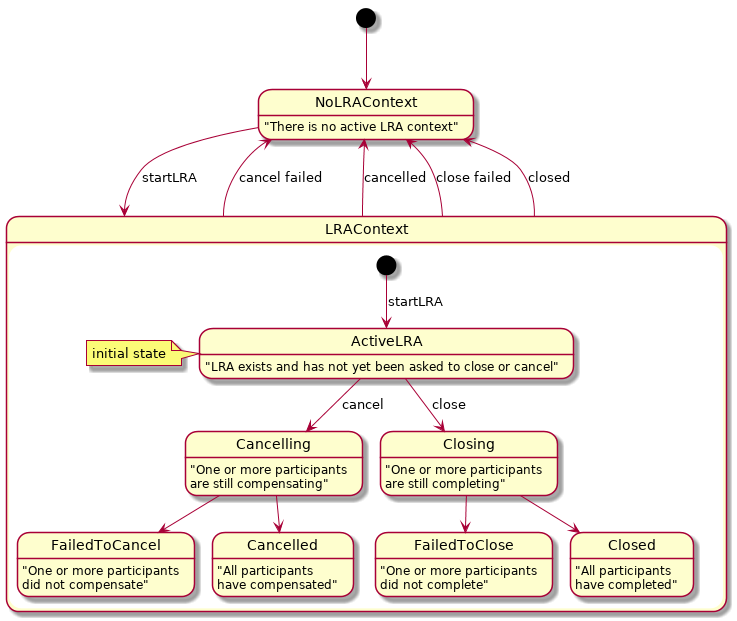
eclipse/microprofile-lra keeps this PlantUML diagram as spec/src/main/asciidoc/images/lra-state-model.png. Above is the earlier version.
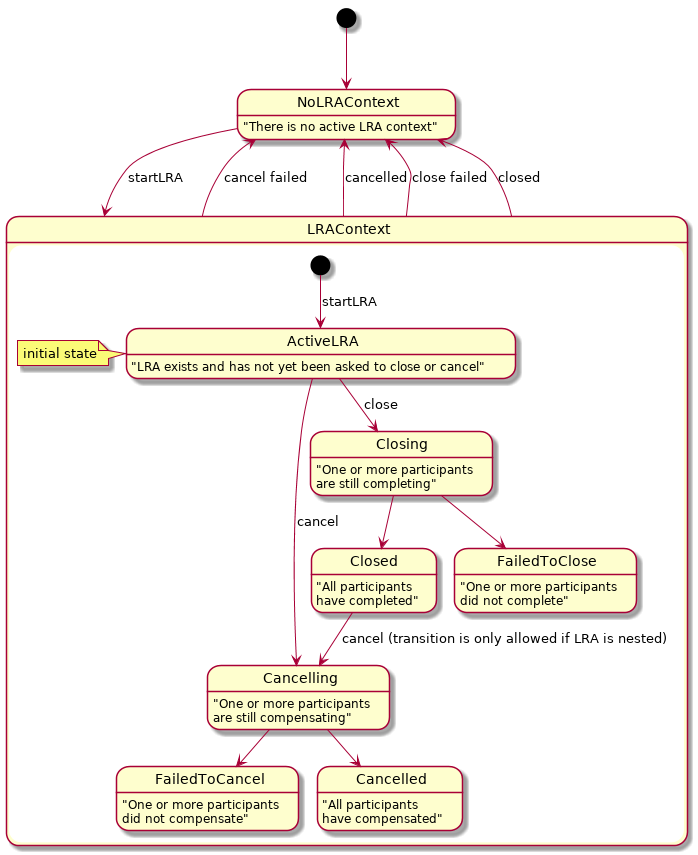
Above is the later version.

Commit message:
issue206 Missing state transition in the LRA state model diagram and Forget clarification

What changed in the source:
```diff
@@ -19,14 +19,14 @@
   ActiveLRA --> Cancelling : cancel
   state "FailedToCancel" as FailedToCancel
   FailedToCancel : "One or more participants\ndid not compensate"
-  state "FailedToClose" as FailedToClose
-  FailedToClose : "One or more participants\ndid not complete"
   state "Cancelling" as Cancelling
   Cancelling : "One or more participants\nare still compensating"
   state "Closing" as Closing
   Closing : "One or more participants\nare still completing"
   state "Closed" as Closed
   Closed : "All participants\nhave completed"
+  state "FailedToClose" as FailedToClose
+  FailedToClose : "One or more participants\ndid not complete"
   state "Cancelled" as Cancelled
   Cancelled : "All participants\nhave compensated"
 
@@ -36,5 +36,7 @@
   ActiveLRA --> Closing : close
   Closing --> Closed
   Closing --> FailedToClose
+
+  Closed --> Cancelling : cancel (transition is only allowed if LRA is nested)
 }
 @enduml
```
